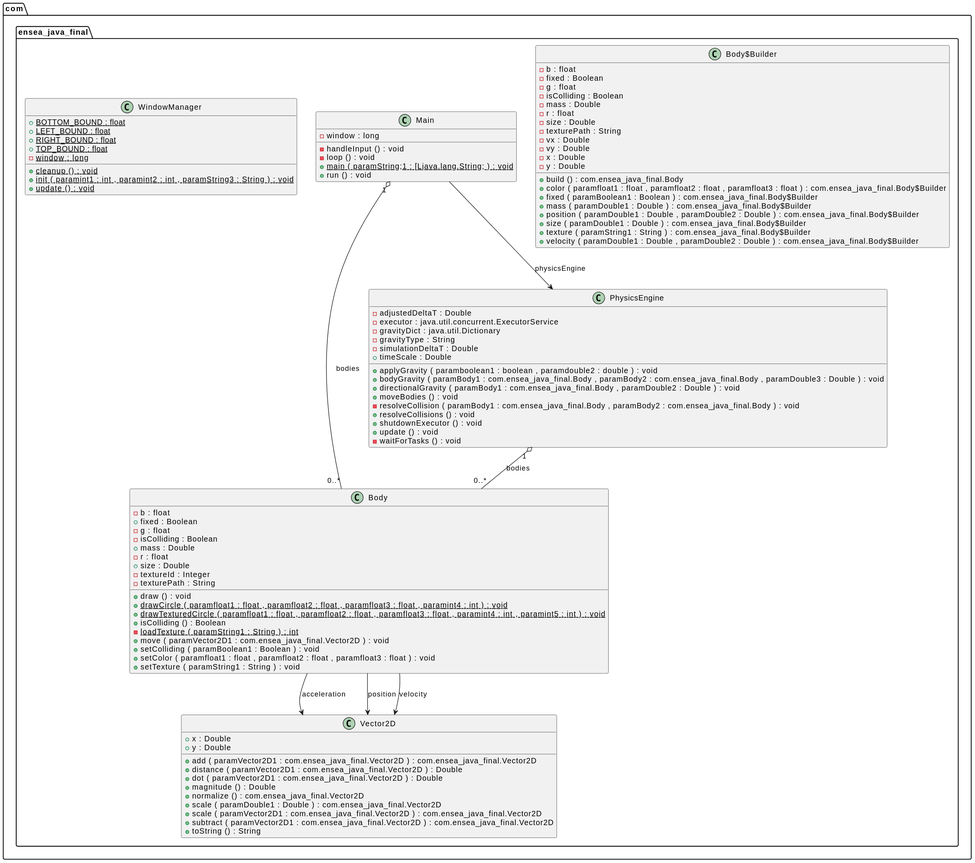
AidanBaros/ENSEA_Java_Final keeps this PlantUML diagram as demo/diagram/uml-diagram.svg. Above is the earlier version.
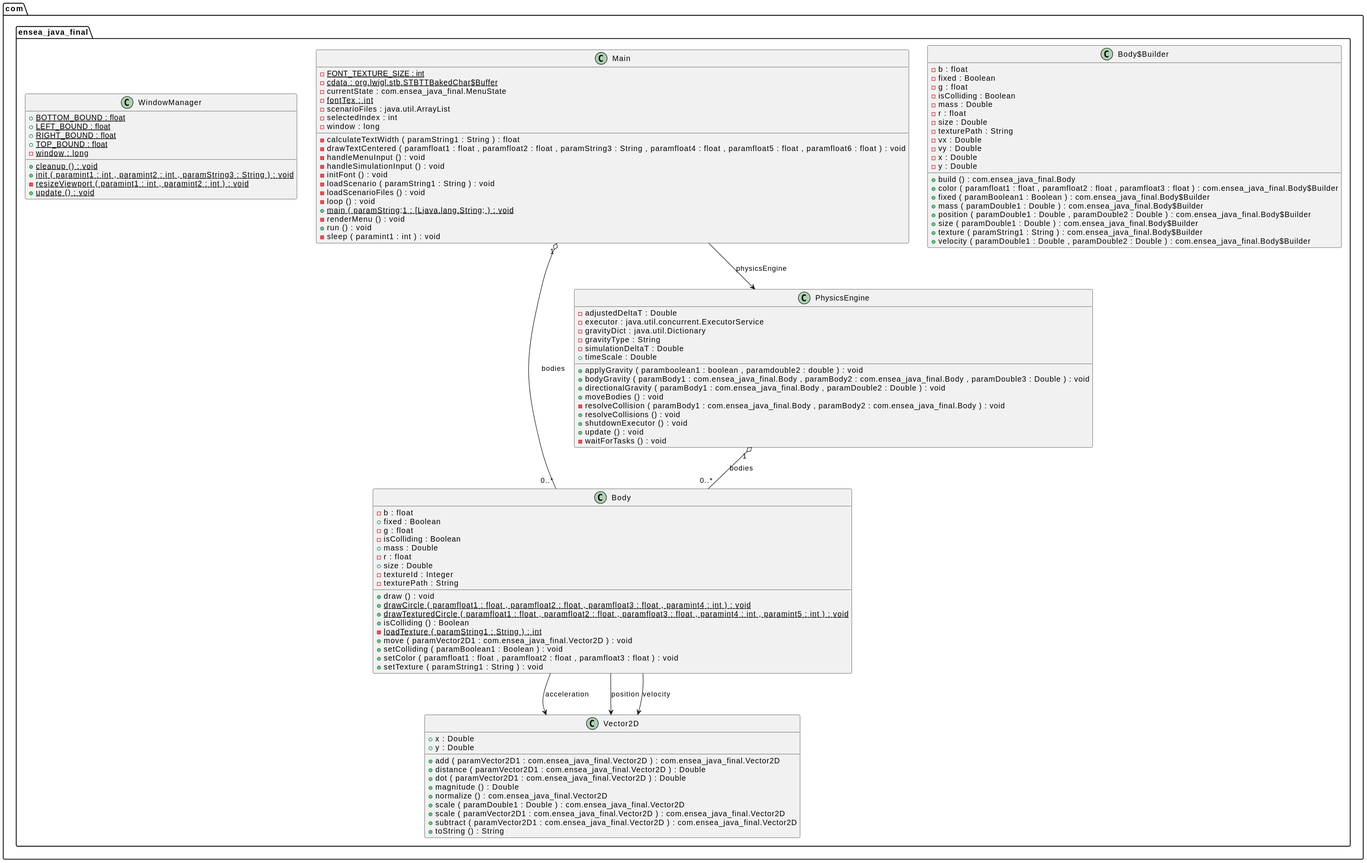
The same diagram one commit later.

Commit message:
Update UML diagram [auto]

Diff of the diagram source:
```diff
@@ -46,11 +46,25 @@
 
 
 class com.ensea_java_final.Main {
+	{field} {static} -FONT_TEXTURE_SIZE : int
+	{field} {static} -cdata : org.lwjgl.stb.STBTTBakedChar$Buffer
+	{field} -currentState : com.ensea_java_final.MenuState
+	{field} {static} -fontTex : int
+	{field} -scenarioFiles : java.util.ArrayList
+	{field} -selectedIndex : int
 	{field} -window : long
-	{method} -handleInput () : void
+	{method} -calculateTextWidth ( paramString1 : String ) : float
+	{method} -drawTextCentered ( paramfloat1 : float , paramfloat2 : float , paramString3 : String , paramfloat4 : float , paramfloat5 : float , paramfloat6 : float ) : void
+	{method} -handleMenuInput () : void
+	{method} -handleSimulationInput () : void
+	{method} -initFont () : void
+	{method} -loadScenario ( paramString1 : String ) : void
+	{method} -loadScenarioFiles () : void
 	{method} -loop () : void
 	{method}  {static} +main ( paramString;1 : [Ljava.lang.String; ) : void
+	{method} -renderMenu () : void
 	{method} +run () : void
+	{method} -sleep ( paramint1 : int ) : void
 }
 
 
@@ -96,6 +110,7 @@
 	{field} {static} -window : long
 	{method}  {static} +cleanup () : void
 	{method}  {static} +init ( paramint1 : int , paramint2 : int , paramString3 : String ) : void
+	{method}  {static} -resizeViewport ( paramint1 : int , paramint2 : int ) : void
 	{method}  {static} +update () : void
 }
 
```
